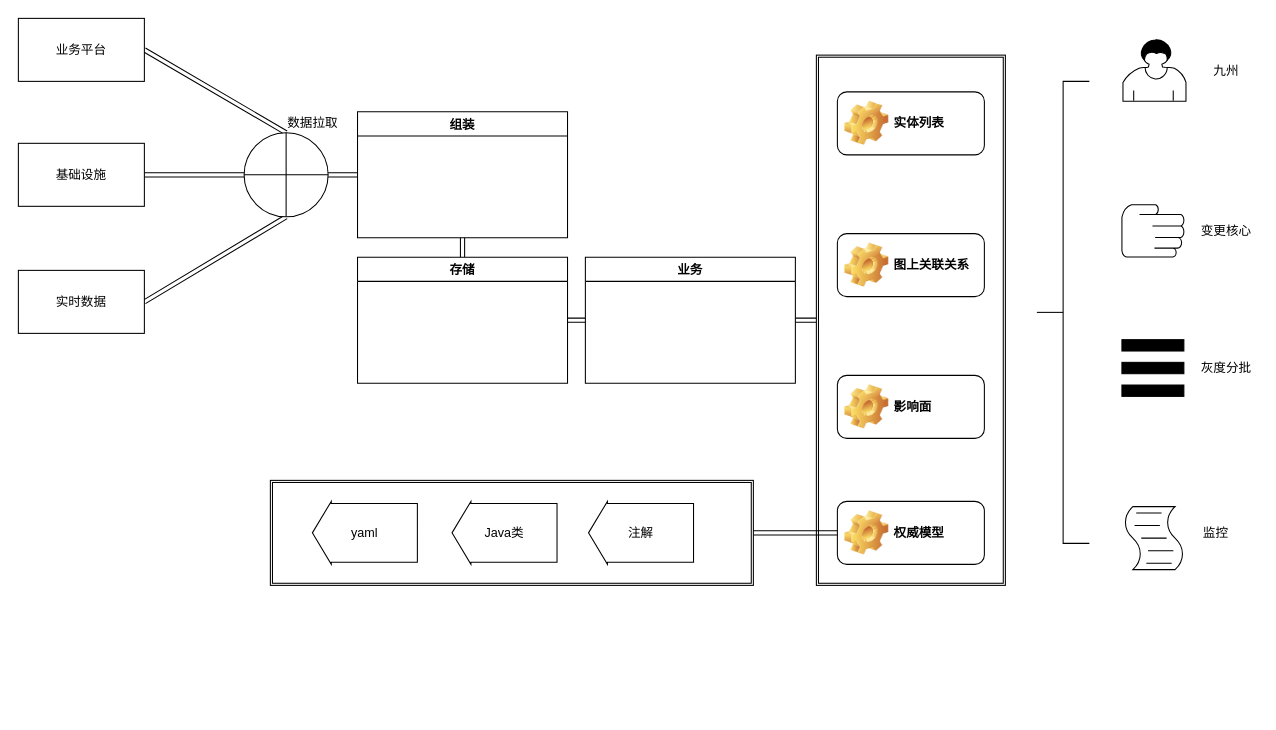
This is 2020述职-架构.drawio from frankneu/draw.io, a draw.io file, before an edit. Source tidied: cells renumbered, new cells numbered last; positions are measured from the earlier drawing's top-left corner, leaving out a move shared by most shapes. Both pictures are drawn from the tidied source at 105%, with x=0, y=0 at pixel (18, 18).
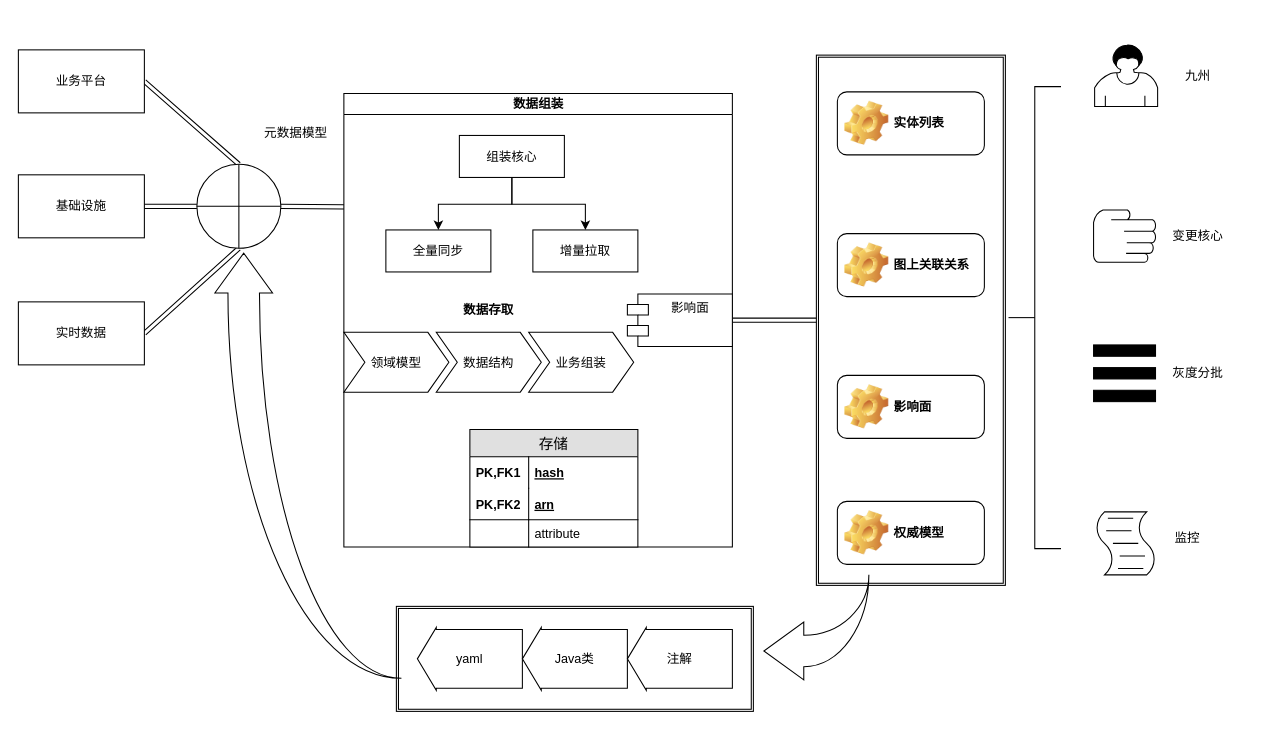
The same diagram, later.

The change refers to these unchanged cells:
```xml
<mxCell id="3" style="shape=ext;double=1;rounded=0;whiteSpace=wrap;html=1;" parent="1" vertex="1">
  <mxGeometry x="760" y="35" width="180" height="505" as="geometry" />
</mxCell>
<mxCell id="33" value="权威模型" style="label;whiteSpace=wrap;html=1;image=img/clipart/Gear_128x128.png;" parent="1" vertex="1">
  <mxGeometry x="780" y="460" width="140" height="60" as="geometry" />
</mxCell>
```

Change to the diagram source:
```diff
@@
     <mxCell id="2" style="shape=ext;double=1;rounded=0;whiteSpace=wrap;html=1;" parent="1" vertex="1">
-      <mxGeometry x="240" y="440" width="460" height="100" as="geometry" />
+      <mxGeometry x="360" y="560" width="340" height="100" as="geometry" />
     </mxCell>
@@
     <mxCell id="5" value="业务平台" style="rounded=0;whiteSpace=wrap;html=1;" parent="1" vertex="1">
-      <mxGeometry width="120" height="60" as="geometry" />
+      <mxGeometry y="30" width="120" height="60" as="geometry" />
     </mxCell>
@@
     <mxCell id="7" value="基础设施" style="rounded=0;whiteSpace=wrap;html=1;" parent="1" vertex="1">
-      <mxGeometry y="119" width="120" height="60" as="geometry" />
+      <mxGeometry y="149" width="120" height="60" as="geometry" />
     </mxCell>
@@
     <mxCell id="9" value="实时数据" style="rounded=0;whiteSpace=wrap;html=1;" parent="1" vertex="1">
-      <mxGeometry y="240" width="120" height="60" as="geometry" />
+      <mxGeometry y="270" width="120" height="60" as="geometry" />
     </mxCell>
-    <mxCell id="10" style="edgeStyle=none;shape=link;rounded=0;jettySize=auto;html=1;exitX=1;exitY=0.5;exitDx=0;exitDy=0;entryX=0;entryY=0.5;entryDx=0;entryDy=0;" parent="1" edge="1" source="11" target="13">
+    <mxCell id="10" style="edgeStyle=none;shape=link;rounded=0;jettySize=auto;html=1;exitX=1;exitY=0.5;exitDx=0;exitDy=0;entryX=0;entryY=0.25;entryDx=0;entryDy=0;" parent="1" edge="1" source="11" target="36">
       <mxGeometry relative="1" as="geometry" />
     </mxCell>
     <mxCell id="11" style="shape=orEllipse;perimeter=ellipsePerimeter;whiteSpace=wrap;html=1;backgroundOutline=1;" parent="1" vertex="1">
-      <mxGeometry x="215" y="109" width="80" height="80" as="geometry" />
+      <mxGeometry x="170" y="139" width="80" height="80" as="geometry" />
     </mxCell>
-    <mxCell id="12" style="edgeStyle=none;shape=link;rounded=0;jettySize=auto;html=1;exitX=0.5;exitY=1;exitDx=0;exitDy=0;entryX=0.5;entryY=0;entryDx=0;entryDy=0;" parent="1" edge="1" source="13" target="15">
-      <mxGeometry relative="1" as="geometry" />
-    </mxCell>
-    <mxCell id="13" value="组装" style="swimlane;" parent="1" vertex="1">
-      <mxGeometry x="323" y="89" width="200" height="120" as="geometry" />
-    </mxCell>
-    <mxCell id="14" style="edgeStyle=none;shape=link;rounded=0;jettySize=auto;html=1;exitX=1;exitY=0.5;exitDx=0;exitDy=0;entryX=0;entryY=0.5;entryDx=0;entryDy=0;" parent="1" edge="1" source="15" target="17">
-      <mxGeometry relative="1" as="geometry" />
-    </mxCell>
-    <mxCell id="15" value="存储" style="swimlane;" parent="1" vertex="1">
-      <mxGeometry x="323" y="227.5" width="200" height="120" as="geometry" />
-    </mxCell>
-    <mxCell id="16" style="edgeStyle=none;shape=link;rounded=0;jettySize=auto;html=1;exitX=1;exitY=0.5;exitDx=0;exitDy=0;entryX=0;entryY=0.5;entryDx=0;entryDy=0;" parent="1" edge="1" source="17" target="3">
+    <mxCell id="16" style="edgeStyle=none;shape=link;rounded=0;jettySize=auto;html=1;exitX=1;exitY=0.5;exitDx=0;exitDy=0;entryX=0;entryY=0.5;entryDx=0;entryDy=0;" parent="1" edge="1" source="36" target="3">
       <mxGeometry relative="1" as="geometry" />
     </mxCell>
-    <mxCell id="17" value="业务" style="swimlane;" parent="1" vertex="1">
-      <mxGeometry x="540" y="227.5" width="200" height="120" as="geometry" />
-    </mxCell>
@@
     <mxCell id="21" value="yaml" style="shape=singleArrow;direction=west;whiteSpace=wrap;html=1;arrowWidth=0.9333333333333333;arrowSize=0.18;" parent="1" vertex="1">
-      <mxGeometry x="280" y="460" width="100" height="60" as="geometry" />
+      <mxGeometry x="380" y="580" width="100" height="60" as="geometry" />
     </mxCell>
     <mxCell id="22" value="Java类" style="shape=singleArrow;direction=west;whiteSpace=wrap;html=1;arrowWidth=0.9333333333333333;arrowSize=0.18;" parent="1" vertex="1">
-      <mxGeometry x="413" y="460" width="100" height="60" as="geometry" />
+      <mxGeometry x="480" y="580" width="100" height="60" as="geometry" />
     </mxCell>
     <mxCell id="23" value="注解" style="shape=singleArrow;direction=west;whiteSpace=wrap;html=1;arrowWidth=0.9333333333333333;arrowSize=0.18;" parent="1" vertex="1">
-      <mxGeometry x="543" y="460" width="100" height="60" as="geometry" />
+      <mxGeometry x="580" y="580" width="100" height="60" as="geometry" />
     </mxCell>
     <mxCell id="24" style="shape=mxgraph.bpmn.user_task;html=1;" parent="1" vertex="1">
-      <mxGeometry x="1052" y="20" width="60" height="59" as="geometry" />
+      <mxGeometry x="1025" y="25" width="60" height="59" as="geometry" />
     </mxCell>
     <mxCell id="25" style="shape=mxgraph.bpmn.manual_task;html=1;" parent="1" vertex="1">
-      <mxGeometry x="1051" y="177.5" width="59" height="50" as="geometry" />
+      <mxGeometry x="1024" y="182.5" width="59" height="50" as="geometry" />
     </mxCell>
     <mxCell id="26" style="shape=parallelMarker;direction=south;html=1;" parent="1" vertex="1">
-      <mxGeometry x="1051" y="306" width="59" height="54" as="geometry" />
+      <mxGeometry x="1024" y="311" width="59" height="54" as="geometry" />
     </mxCell>
     <mxCell id="27" style="shape=mxgraph.bpmn.script_task;html=1;" parent="1" vertex="1">
-      <mxGeometry x="1052" y="465" width="59" height="60" as="geometry" />
+      <mxGeometry x="1025" y="470" width="59" height="60" as="geometry" />
     </mxCell>
     <mxCell id="28" value="九州" style="text;html=1;align=center;verticalAlign=middle;" parent="1" vertex="1">
-      <mxGeometry x="1130" y="40" width="40" height="20" as="geometry" />
+      <mxGeometry x="1103" y="45" width="40" height="20" as="geometry" />
     </mxCell>
     <mxCell id="29" value="变更核心" style="text;html=1;align=center;verticalAlign=middle;" parent="1" vertex="1">
-      <mxGeometry x="1120" y="192.5" width="60" height="20" as="geometry" />
+      <mxGeometry x="1093" y="197.5" width="60" height="20" as="geometry" />
     </mxCell>
     <mxCell id="30" value="灰度分批" style="text;html=1;align=center;verticalAlign=middle;" parent="1" vertex="1">
-      <mxGeometry x="1120" y="323" width="60" height="20" as="geometry" />
+      <mxGeometry x="1093" y="328" width="60" height="20" as="geometry" />
     </mxCell>
     <mxCell id="31" value="监控" style="text;html=1;align=center;verticalAlign=middle;" parent="1" vertex="1">
-      <mxGeometry x="1120" y="480" width="40" height="20" as="geometry" />
+      <mxGeometry x="1093" y="485" width="40" height="20" as="geometry" />
     </mxCell>
-    <mxCell id="32" value="数据拉取" style="text;html=1;align=center;verticalAlign=middle;" parent="1" vertex="1">
-      <mxGeometry x="250" y="90" width="60" height="20" as="geometry" />
-    </mxCell>
@@
     <mxCell id="34" style="html=1;shape=mxgraph.flowchart.annotation_2;align=left;labelPosition=right;" parent="1" vertex="1">
-      <mxGeometry x="970" y="60" width="50" height="440" as="geometry" />
+      <mxGeometry x="943" y="65" width="50" height="440" as="geometry" />
     </mxCell>
-    <mxCell id="35" style="edgeStyle=none;shape=link;rounded=0;jettySize=auto;html=1;exitX=1;exitY=0.5;exitDx=0;exitDy=0;entryX=0;entryY=0.5;entryDx=0;entryDy=0;" parent="1" edge="1" source="2" target="33">
-      <mxGeometry relative="1" as="geometry" />
-    </mxCell>
+    <mxCell id="36" value="数据组装" style="swimlane;html=1;startSize=20;horizontal=1;horizontalTree=0;containerType=tree;" parent="1" vertex="1">
+      <mxGeometry x="310" y="71.5" width="370" height="432" as="geometry" />
+    </mxCell>
+    <mxCell id="37" value="组装核心" style="whiteSpace=wrap;html=1;" parent="36" vertex="1">
+      <mxGeometry x="110" y="40" width="100" height="40" as="geometry" />
+    </mxCell>
+    <mxCell id="38" value="全量同步" style="whiteSpace=wrap;html=1;" parent="36" vertex="1">
+      <mxGeometry x="40" y="130" width="100" height="40" as="geometry" />
+    </mxCell>
+    <mxCell id="39" style="edgeStyle=elbowEdgeStyle;elbow=vertical;html=1;rounded=0;" parent="36" edge="1" source="37" target="38">
+      <mxGeometry relative="1" as="geometry" />
+    </mxCell>
+    <mxCell id="40" value="增量拉取" style="whiteSpace=wrap;html=1;" parent="36" vertex="1">
+      <mxGeometry x="180" y="130" width="100" height="40" as="geometry" />
+    </mxCell>
+    <mxCell id="41" style="edgeStyle=elbowEdgeStyle;elbow=vertical;html=1;rounded=0;" parent="36" edge="1" source="37" target="40">
+      <mxGeometry relative="1" as="geometry" />
+    </mxCell>
+    <mxCell id="42" value="数据存取" style="swimlane;horizontal=1;fillColor=none;strokeColor=none;stackBorder=10;align=center;fontColor=#000000;" parent="36" vertex="1">
+      <mxGeometry x="-10" y="194.5" width="296" height="100" as="geometry" />
+    </mxCell>
+    <mxCell id="43" value="领域模型" style="shape=step;perimeter=stepPerimeter;fixedSize=1;" parent="42" vertex="1">
+      <mxGeometry x="10" y="33" width="100" height="57" as="geometry" />
+    </mxCell>
+    <mxCell id="44" value="数据结构" style="shape=step;perimeter=stepPerimeter;fixedSize=1;" parent="42" vertex="1">
+      <mxGeometry x="98" y="33" width="100" height="57" as="geometry" />
+    </mxCell>
+    <mxCell id="45" value="业务组装" style="shape=step;perimeter=stepPerimeter;fixedSize=1;" parent="42" vertex="1">
+      <mxGeometry x="186" y="33" width="100" height="57" as="geometry" />
+    </mxCell>
+    <mxCell id="15" value="存储" style="swimlane;fontStyle=0;horizontal=1;startSize=26;fillColor=#e0e0e0;swimlaneFillColor=#ffffff;align=center;fontSize=14;" parent="36" vertex="1">
+      <mxGeometry x="120" y="320" width="160" height="112" as="geometry" />
+    </mxCell>
+    <mxCell id="46" value="hash" style="shape=partialRectangle;top=0;left=0;right=0;bottom=0;align=left;verticalAlign=middle;fillColor=none;spacingLeft=60;spacingRight=4;overflow=hidden;fontStyle=5;fontSize=12;" parent="15" vertex="1">
+      <mxGeometry y="26" width="160" height="30" as="geometry" />
+    </mxCell>
+    <mxCell id="47" value="PK,FK1" style="shape=partialRectangle;fontStyle=1;top=0;left=0;bottom=0;fillColor=none;align=left;verticalAlign=middle;spacingLeft=4;spacingRight=4;overflow=hidden;fontSize=12;" parent="46" vertex="1">
+      <mxGeometry width="56" height="30" as="geometry" />
+    </mxCell>
+    <mxCell id="48" value="arn" style="shape=partialRectangle;top=0;left=0;right=0;bottom=1;align=left;verticalAlign=middle;fillColor=none;spacingLeft=60;spacingRight=4;overflow=hidden;fontStyle=5;fontSize=12;" parent="15" vertex="1">
+      <mxGeometry y="56" width="160" height="30" as="geometry" />
+    </mxCell>
+    <mxCell id="49" value="PK,FK2" style="shape=partialRectangle;fontStyle=1;top=0;left=0;bottom=0;fillColor=none;align=left;verticalAlign=middle;spacingLeft=4;spacingRight=4;overflow=hidden;fontSize=12;" parent="48" vertex="1">
+      <mxGeometry width="56" height="30" as="geometry" />
+    </mxCell>
+    <mxCell id="50" value="attribute" style="shape=partialRectangle;top=0;left=0;right=0;bottom=0;align=left;verticalAlign=top;fillColor=none;spacingLeft=60;spacingRight=4;overflow=hidden;fontSize=12;" parent="15" vertex="1">
+      <mxGeometry y="86" width="160" height="26" as="geometry" />
+    </mxCell>
+    <mxCell id="51" style="shape=partialRectangle;top=0;left=0;bottom=0;fillColor=none;align=left;verticalAlign=top;spacingLeft=4;spacingRight=4;overflow=hidden;fontSize=12;" parent="50" vertex="1">
+      <mxGeometry width="56" height="26" as="geometry" />
+    </mxCell>
+    <mxCell id="52" value="影响面" style="shape=module;align=left;spacingLeft=20;align=center;verticalAlign=top;" parent="36" vertex="1">
+      <mxGeometry x="270" y="191" width="100" height="50" as="geometry" />
+    </mxCell>
+    <mxCell id="53" value="元数据模型" style="text;html=1;align=center;verticalAlign=middle;" parent="1" vertex="1">
+      <mxGeometry x="224" y="99" width="80" height="20" as="geometry" />
+    </mxCell>
+    <mxCell id="54" style="html=1;shadow=0;dashed=0;align=center;verticalAlign=middle;shape=mxgraph.arrows2.jumpInArrow;dy=15;dx=38;arrowHead=55;rotation=-90;" parent="1" vertex="1">
+      <mxGeometry x="73.5" y="337.2" width="404.9" height="177.7" as="geometry" />
+    </mxCell>
+    <mxCell id="55" style="html=1;shadow=0;dashed=0;align=center;verticalAlign=middle;shape=mxgraph.arrows2.jumpInArrow;dy=15;dx=38;arrowHead=55;rotation=-180;" parent="1" vertex="1">
+      <mxGeometry x="710" y="530" width="100" height="100" as="geometry" />
+    </mxCell>
```
